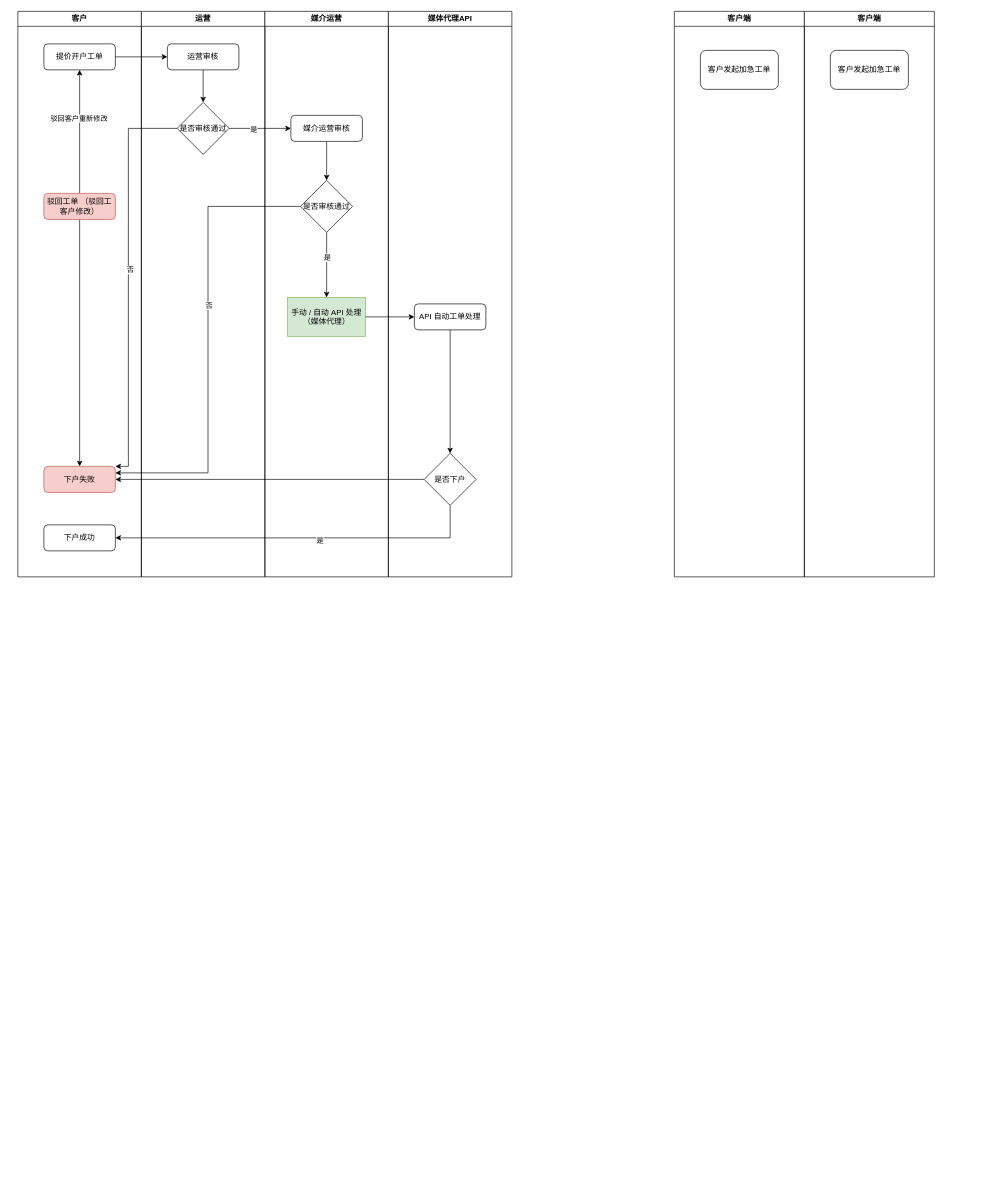
The draw.io diagram 开户工单SOP.drawio in Leo-Lee-j/sketch, before the edit. Source tidied: cells renumbered, new cells numbered last; positions are measured from the earlier drawing's top-left corner, leaving out a move shared by most shapes. Both pictures are drawn from the tidied source at 65%, with x=0, y=0 at pixel (18, 11).
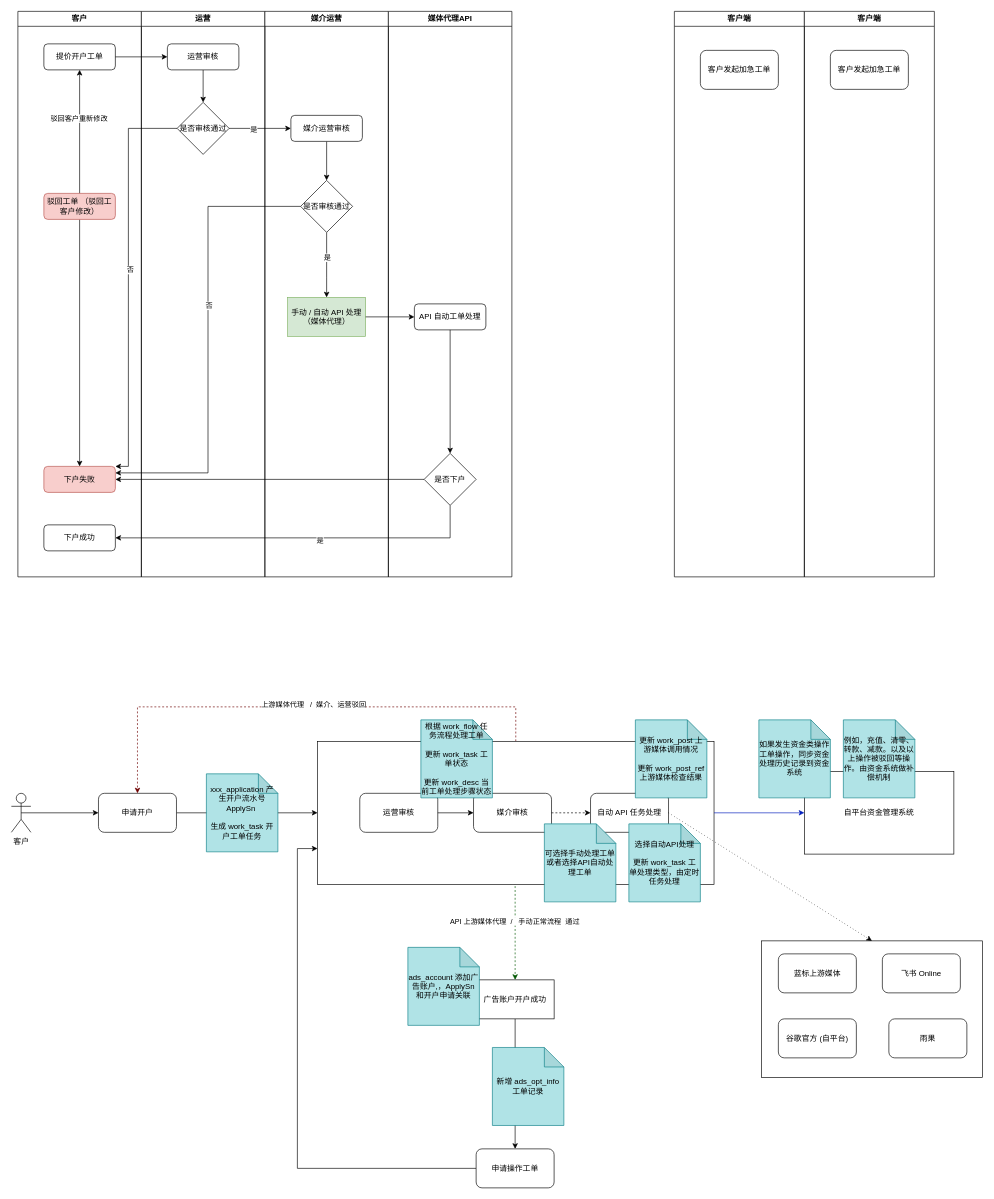
The same diagram, later.

Commit message:
更新开户工单SOP.drawio

The edit, as a diff of the source:
```diff
@@
+    <mxCell id="40" style="edgeStyle=orthogonalEdgeStyle;rounded=0;jettySize=auto;html=1;exitX=0.5;exitY=0.5;exitDx=0;exitDy=0;exitPerimeter=0;entryX=0;entryY=0.5;entryDx=0;entryDy=0;" parent="1" edge="1" source="41" target="43">
+      <mxGeometry relative="1" as="geometry" />
+    </mxCell>
+    <mxCell id="41" value="客户" style="shape=umlActor;verticalLabelPosition=bottom;verticalAlign=top;html=1;outlineConnect=0;" parent="1" vertex="1">
+      <mxGeometry x="-10" y="1203" width="30" height="60" as="geometry" />
+    </mxCell>
+    <mxCell id="42" style="edgeStyle=orthogonalEdgeStyle;rounded=0;jettySize=auto;html=1;exitX=1;exitY=0.5;exitDx=0;exitDy=0;" parent="1" edge="1" source="43" target="55">
+      <mxGeometry relative="1" as="geometry" />
+    </mxCell>
+    <mxCell id="43" value="申请开户" style="rounded=1;whiteSpace=wrap;html=1;" parent="1" vertex="1">
+      <mxGeometry x="124" y="1203" width="120" height="60" as="geometry" />
+    </mxCell>
+    <mxCell id="44" style="edgeStyle=orthogonalEdgeStyle;rounded=0;jettySize=auto;html=1;exitX=0.485;exitY=0.995;exitDx=0;exitDy=0;entryX=0.5;entryY=0;entryDx=0;entryDy=0;dashed=1;fillColor=#008a00;strokeColor=#005700;exitPerimeter=0;" parent="1" edge="1" source="55" target="49">
+      <mxGeometry relative="1" as="geometry">
+        <Array as="points">
+          <mxPoint x="765" y="1342" />
+        </Array>
+      </mxGeometry>
+    </mxCell>
+    <mxCell id="45" value="API 上游媒体代理&amp;nbsp; /&amp;nbsp; &amp;nbsp;手动正常流程&amp;nbsp; 通过&amp;nbsp;" style="edgeLabel;html=1;align=center;verticalAlign=middle;" parent="44" vertex="1">
+      <mxGeometry x="-0.15" relative="1" as="geometry" />
+    </mxCell>
+    <mxCell id="46" style="edgeStyle=orthogonalEdgeStyle;rounded=0;jettySize=auto;html=1;exitX=0.5;exitY=0;exitDx=0;exitDy=0;entryX=0.5;entryY=0;entryDx=0;entryDy=0;fillColor=#a20025;strokeColor=#6F0000;dashed=1;" parent="1" edge="1" source="55" target="43">
+      <mxGeometry relative="1" as="geometry">
+        <Array as="points">
+          <mxPoint x="766" y="1070" />
+          <mxPoint x="184" y="1070" />
+        </Array>
+      </mxGeometry>
+    </mxCell>
+    <mxCell id="47" value="上游媒体代理&amp;nbsp; &amp;nbsp;/&amp;nbsp; 媒介、运营驳回" style="edgeLabel;html=1;align=center;verticalAlign=middle;" parent="46" vertex="1">
+      <mxGeometry x="-0.05" y="-4" relative="1" as="geometry" />
+    </mxCell>
+    <mxCell id="48" style="edgeStyle=orthogonalEdgeStyle;rounded=0;jettySize=auto;html=1;exitX=0.5;exitY=1;exitDx=0;exitDy=0;entryX=0.5;entryY=0;entryDx=0;entryDy=0;" parent="1" edge="1" source="49" target="52">
+      <mxGeometry relative="1" as="geometry" />
+    </mxCell>
+    <mxCell id="49" value="广告账户开户成功" style="rounded=0;whiteSpace=wrap;html=1;" parent="1" vertex="1">
+      <mxGeometry x="705" y="1490" width="120" height="60" as="geometry" />
+    </mxCell>
+    <mxCell id="50" value="xxx_application 产生开户流水号 ApplySn&amp;nbsp;&lt;br&gt;&lt;br&gt;生成 work_task 开户工单任务" style="shape=note;whiteSpace=wrap;html=1;backgroundOutline=1;darkOpacity=0.05;fillColor=#b0e3e6;strokeColor=#0e8088;" parent="1" vertex="1">
+      <mxGeometry x="290" y="1173" width="110" height="120" as="geometry" />
+    </mxCell>
+    <mxCell id="51" style="edgeStyle=orthogonalEdgeStyle;rounded=0;jettySize=auto;html=1;exitX=0;exitY=0.5;exitDx=0;exitDy=0;entryX=0;entryY=0.75;entryDx=0;entryDy=0;" parent="1" edge="1" source="52" target="55">
+      <mxGeometry relative="1" as="geometry">
+        <Array as="points">
+          <mxPoint x="430" y="1780" />
+          <mxPoint x="430" y="1288" />
+        </Array>
+      </mxGeometry>
+    </mxCell>
+    <mxCell id="52" value="申请操作工单" style="rounded=1;whiteSpace=wrap;html=1;" parent="1" vertex="1">
+      <mxGeometry x="705" y="1750" width="120" height="60" as="geometry" />
+    </mxCell>
+    <mxCell id="53" value="新增 ads_opt_info 工单记录" style="shape=note;whiteSpace=wrap;html=1;backgroundOutline=1;darkOpacity=0.05;fillColor=#b0e3e6;strokeColor=#0e8088;" parent="1" vertex="1">
+      <mxGeometry x="730" y="1594" width="110" height="120" as="geometry" />
+    </mxCell>
+    <mxCell id="54" style="group;" parent="1" vertex="1">
+      <mxGeometry x="461" y="1123" width="610" height="277" as="geometry" />
+    </mxCell>
+    <mxCell id="55" style="rounded=0;whiteSpace=wrap;html=1;" parent="54" vertex="1">
+      <mxGeometry width="610" height="220" as="geometry" />
+    </mxCell>
+    <mxCell id="56" value="运营审核" style="rounded=1;whiteSpace=wrap;html=1;" parent="54" vertex="1">
+      <mxGeometry x="65" y="80" width="120" height="60" as="geometry" />
+    </mxCell>
+    <mxCell id="57" value="媒介审核" style="rounded=1;whiteSpace=wrap;html=1;" parent="54" vertex="1">
+      <mxGeometry x="240" y="80" width="120" height="60" as="geometry" />
+    </mxCell>
+    <mxCell id="58" style="edgeStyle=orthogonalEdgeStyle;rounded=0;jettySize=auto;html=1;exitX=1;exitY=0.5;exitDx=0;exitDy=0;entryX=0;entryY=0.5;entryDx=0;entryDy=0;" parent="54" edge="1" source="56" target="57">
+      <mxGeometry relative="1" as="geometry" />
+    </mxCell>
+    <mxCell id="59" value="自动 API 任务处理" style="rounded=1;whiteSpace=wrap;html=1;" parent="54" vertex="1">
+      <mxGeometry x="420" y="80" width="120" height="60" as="geometry" />
+    </mxCell>
+    <mxCell id="60" style="edgeStyle=orthogonalEdgeStyle;rounded=0;jettySize=auto;html=1;exitX=1;exitY=0.5;exitDx=0;exitDy=0;dashed=1;" parent="54" edge="1" source="57" target="59">
+      <mxGeometry relative="1" as="geometry" />
+    </mxCell>
+    <mxCell id="61" value="根据 work_flow 任务流程处理工单&lt;br&gt;&lt;br&gt;更新 work_task 工单状态&lt;br&gt;&lt;br&gt;更新 work_desc 当前工单处理步骤状态" style="shape=note;whiteSpace=wrap;html=1;backgroundOutline=1;darkOpacity=0.05;fillColor=#b0e3e6;strokeColor=#0e8088;" parent="54" vertex="1">
+      <mxGeometry x="159" y="-33" width="110" height="120" as="geometry" />
+    </mxCell>
+    <mxCell id="62" value="更新 work_post 上游媒体调用情况&lt;br&gt;&lt;br&gt;更新 work_post_ref 上游媒体检查结果" style="shape=note;whiteSpace=wrap;html=1;backgroundOutline=1;darkOpacity=0.05;fillColor=#b0e3e6;strokeColor=#0e8088;" parent="54" vertex="1">
+      <mxGeometry x="489" y="-33" width="110" height="120" as="geometry" />
+    </mxCell>
+    <mxCell id="63" value="可选择手动处理工单或者选择API自动处理工单" style="shape=note;whiteSpace=wrap;html=1;backgroundOutline=1;darkOpacity=0.05;fillColor=#b0e3e6;strokeColor=#0e8088;" parent="54" vertex="1">
+      <mxGeometry x="349" y="127" width="110" height="120" as="geometry" />
+    </mxCell>
+    <mxCell id="64" value="选择自动API处理&lt;br&gt;&lt;br&gt;更新 work_task 工单处理类型，由定时任务处理" style="shape=note;whiteSpace=wrap;html=1;backgroundOutline=1;darkOpacity=0.05;fillColor=#b0e3e6;strokeColor=#0e8088;" parent="54" vertex="1">
+      <mxGeometry x="479" y="127" width="110" height="120" as="geometry" />
+    </mxCell>
+    <mxCell id="65" value="ads_account 添加广告账户,，ApplySn 和开户申请关联" style="shape=note;whiteSpace=wrap;html=1;backgroundOutline=1;darkOpacity=0.05;fillColor=#b0e3e6;strokeColor=#0e8088;" parent="1" vertex="1">
+      <mxGeometry x="600" y="1440" width="110" height="120" as="geometry" />
+    </mxCell>
+    <mxCell id="66" value="自平台资金管理系统" style="rounded=0;whiteSpace=wrap;html=1;" parent="1" vertex="1">
+      <mxGeometry x="1210" y="1169.5" width="230" height="127" as="geometry" />
+    </mxCell>
+    <mxCell id="67" style="edgeStyle=orthogonalEdgeStyle;rounded=0;jettySize=auto;html=1;exitX=1;exitY=0.5;exitDx=0;exitDy=0;entryX=0;entryY=0.5;entryDx=0;entryDy=0;fillColor=#0050ef;strokeColor=#001DBC;" parent="1" edge="1" source="55" target="66">
+      <mxGeometry relative="1" as="geometry" />
+    </mxCell>
+    <mxCell id="68" value="如果发生资金类操作工单操作，同步资金处理历史记录到资金系统" style="shape=note;whiteSpace=wrap;html=1;backgroundOutline=1;darkOpacity=0.05;fillColor=#b0e3e6;strokeColor=#0e8088;" parent="1" vertex="1">
+      <mxGeometry x="1140" y="1090" width="110" height="120" as="geometry" />
+    </mxCell>
+    <mxCell id="69" value="例如，充值、清零、转款、减款。以及以上操作被驳回等操作。由资金系统做补偿机制" style="shape=note;whiteSpace=wrap;html=1;backgroundOutline=1;darkOpacity=0.05;fillColor=#b0e3e6;strokeColor=#0e8088;" parent="1" vertex="1">
+      <mxGeometry x="1270" y="1090" width="110" height="120" as="geometry" />
+    </mxCell>
+    <mxCell id="70" style="rounded=0;whiteSpace=wrap;html=1;" parent="1" vertex="1">
+      <mxGeometry x="1144" y="1430" width="340" height="210" as="geometry" />
+    </mxCell>
+    <mxCell id="71" style="rounded=0;jettySize=auto;html=1;exitX=1;exitY=0.5;exitDx=0;exitDy=0;entryX=0.5;entryY=0;entryDx=0;entryDy=0;dashed=1;dashPattern=1 4;" parent="1" edge="1" source="59" target="70">
+      <mxGeometry relative="1" as="geometry" />
+    </mxCell>
+    <mxCell id="72" value="蓝标上游媒体" style="rounded=1;whiteSpace=wrap;html=1;" parent="1" vertex="1">
+      <mxGeometry x="1170" y="1450" width="120" height="60" as="geometry" />
+    </mxCell>
+    <mxCell id="73" value="飞书 Online" style="rounded=1;whiteSpace=wrap;html=1;" parent="1" vertex="1">
+      <mxGeometry x="1330" y="1450" width="120" height="60" as="geometry" />
+    </mxCell>
+    <mxCell id="74" value="谷歌官方 (自平台)" style="rounded=1;whiteSpace=wrap;html=1;" parent="1" vertex="1">
+      <mxGeometry x="1170" y="1550" width="120" height="60" as="geometry" />
+    </mxCell>
+    <mxCell id="75" value="雨果" style="rounded=1;whiteSpace=wrap;html=1;" parent="1" vertex="1">
+      <mxGeometry x="1340" y="1550" width="120" height="60" as="geometry" />
+    </mxCell>
```
